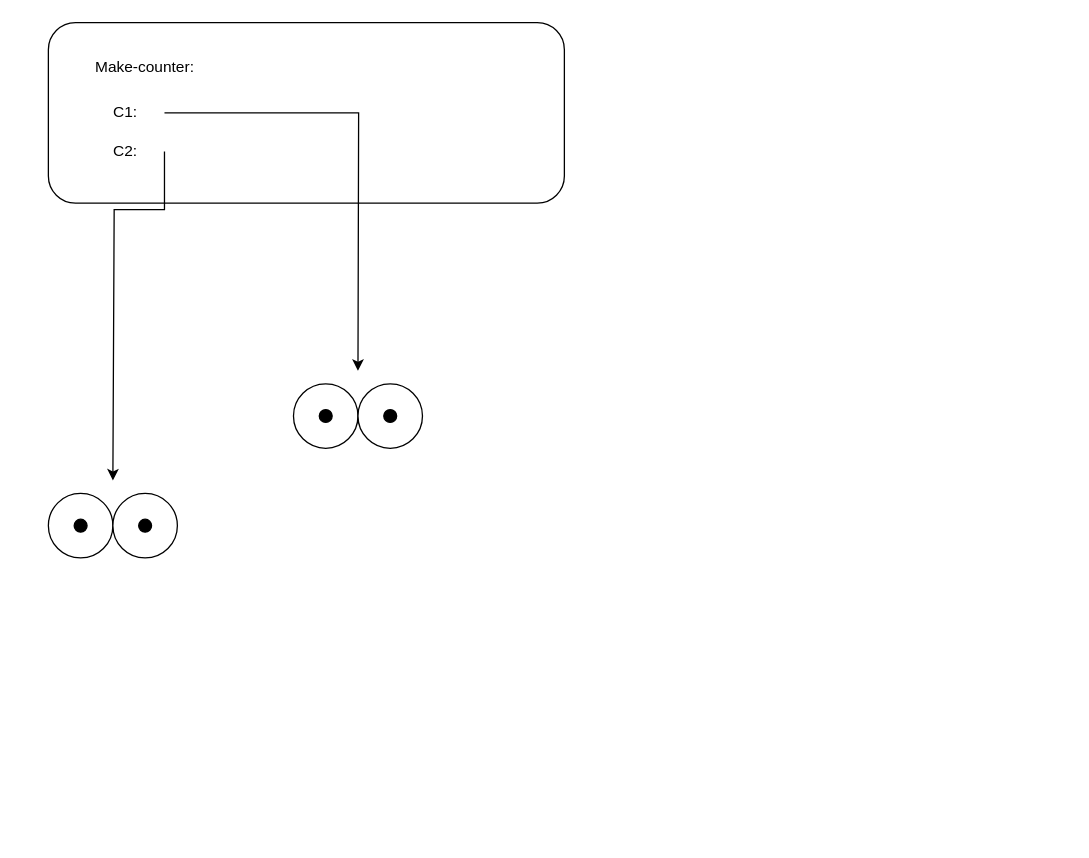
Adskan/flowcharts keeps this draw.io diagram as omgivelsesmodell.drawio. Above is the earlier version. Source tidied: cells renumbered, new cells numbered last; positions are measured from the earlier drawing's top-left corner, leaving out a move shared by most shapes. Both pictures are drawn from the tidied source at 129%, with x=0, y=0 at pixel (22, 22).
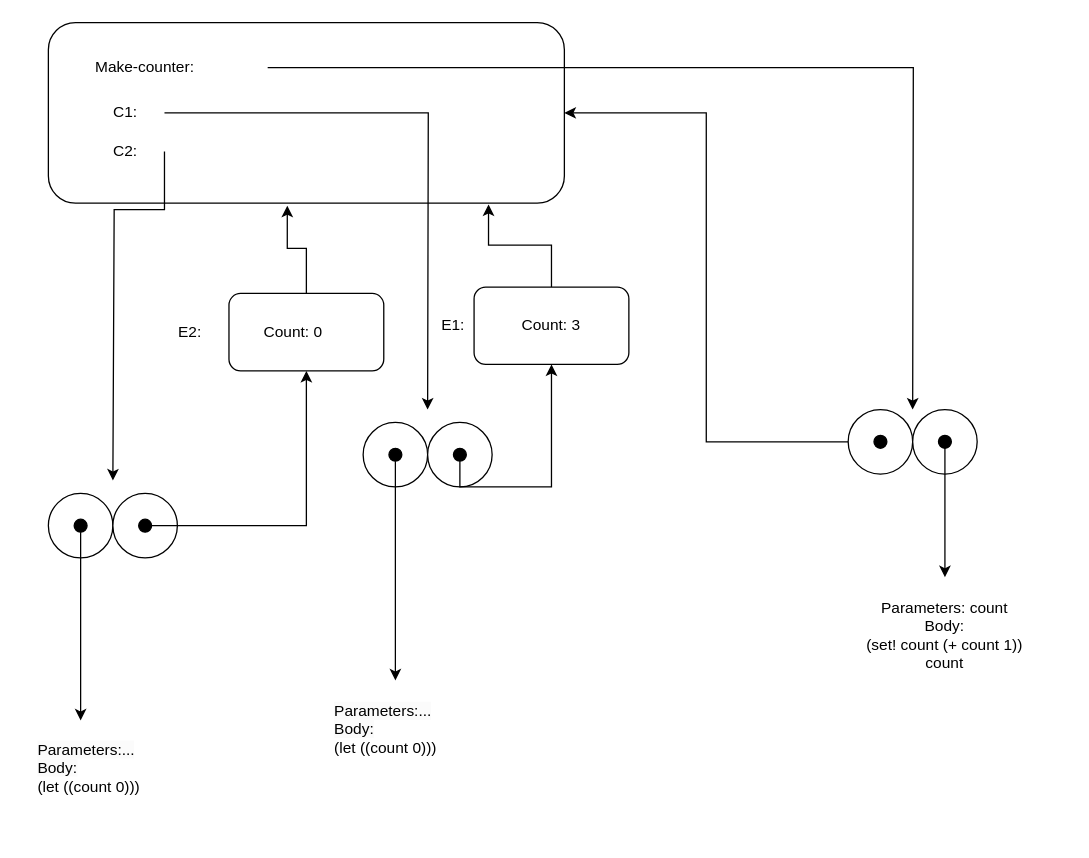
Above is the later version.

The change refers to these unchanged cells:
```xml
<mxCell id="2" style="rounded=1;whiteSpace=wrap;html=1;" parent="1" vertex="1">
  <mxGeometry x="20" width="400" height="140" as="geometry" />
</mxCell>
<mxCell id="3" value="Make-counter:" style="text;html=1;strokeColor=none;fillColor=none;align=center;verticalAlign=middle;whiteSpace=wrap;rounded=0;" parent="1" vertex="1">
  <mxGeometry y="20" width="190" height="30" as="geometry" />
</mxCell>
<mxCell id="5" value="C1:" style="text;html=1;strokeColor=none;fillColor=none;align=center;verticalAlign=middle;whiteSpace=wrap;rounded=0;" parent="1" vertex="1">
  <mxGeometry x="50" y="55" width="60" height="30" as="geometry" />
</mxCell>
<mxCell id="14" style="ellipse;whiteSpace=wrap;html=1;fillColor=#000000;" parent="1" vertex="1">
  <mxGeometry x="40" y="385" width="10" height="10" as="geometry" />
</mxCell>
<mxCell id="16" style="ellipse;whiteSpace=wrap;html=1;fillColor=#000000;" parent="1" vertex="1">
  <mxGeometry x="90" y="385" width="10" height="10" as="geometry" />
</mxCell>
```

Change to the diagram source:
```diff
@@
+    <mxCell id="17" style="edgeStyle=orthogonalEdgeStyle;rounded=0;jettySize=auto;html=1;exitX=1;exitY=0.5;exitDx=0;exitDy=0;" parent="1" edge="1" source="3">
+      <mxGeometry relative="1" as="geometry">
+        <mxPoint x="690" y="300" as="targetPoint" />
+      </mxGeometry>
+    </mxCell>
@@
     <mxCell id="4" style="edgeStyle=orthogonalEdgeStyle;rounded=0;jettySize=auto;html=1;" parent="1" edge="1" source="5">
       <mxGeometry relative="1" as="geometry">
-        <mxPoint x="260" y="270" as="targetPoint" />
+        <mxPoint x="314" y="300" as="targetPoint" />
       </mxGeometry>
     </mxCell>
@@
     <mxCell id="7" style="ellipse;whiteSpace=wrap;html=1;" parent="1" vertex="1">
-      <mxGeometry x="210" y="280" width="50" height="50" as="geometry" />
+      <mxGeometry x="264" y="310" width="50" height="50" as="geometry" />
     </mxCell>
+    <mxCell id="18" style="edgeStyle=orthogonalEdgeStyle;rounded=0;jettySize=auto;html=1;exitX=0.5;exitY=1;exitDx=0;exitDy=0;" parent="1" edge="1" source="8">
+      <mxGeometry relative="1" as="geometry">
+        <mxPoint x="289" y="510" as="targetPoint" />
+      </mxGeometry>
+    </mxCell>
     <mxCell id="8" style="ellipse;whiteSpace=wrap;html=1;fillColor=#000000;" parent="1" vertex="1">
-      <mxGeometry x="230" y="300" width="10" height="10" as="geometry" />
+      <mxGeometry x="284" y="330" width="10" height="10" as="geometry" />
     </mxCell>
     <mxCell id="9" style="ellipse;whiteSpace=wrap;html=1;" parent="1" vertex="1">
-      <mxGeometry x="260" y="280" width="50" height="50" as="geometry" />
+      <mxGeometry x="314" y="310" width="50" height="50" as="geometry" />
     </mxCell>
+    <mxCell id="19" style="edgeStyle=orthogonalEdgeStyle;rounded=0;jettySize=auto;html=1;exitX=0.5;exitY=1;exitDx=0;exitDy=0;" parent="1" edge="1" source="10" target="25">
+      <mxGeometry relative="1" as="geometry" />
+    </mxCell>
     <mxCell id="10" style="ellipse;whiteSpace=wrap;html=1;fillColor=#000000;" parent="1" vertex="1">
-      <mxGeometry x="280" y="300" width="10" height="10" as="geometry" />
+      <mxGeometry x="334" y="330" width="10" height="10" as="geometry" />
     </mxCell>
@@
+    <mxCell id="20" style="edgeStyle=orthogonalEdgeStyle;rounded=0;jettySize=auto;html=1;exitX=0.5;exitY=1;exitDx=0;exitDy=0;" parent="1" edge="1" source="14">
+      <mxGeometry relative="1" as="geometry">
+        <mxPoint x="45" y="541" as="targetPoint" />
+      </mxGeometry>
+    </mxCell>
@@
+    <mxCell id="21" style="edgeStyle=orthogonalEdgeStyle;rounded=0;jettySize=auto;html=1;exitX=1;exitY=0.5;exitDx=0;exitDy=0;entryX=0.5;entryY=1;entryDx=0;entryDy=0;" parent="1" edge="1" source="16" target="22">
+      <mxGeometry relative="1" as="geometry" />
+    </mxCell>
@@
+    <mxCell id="22" style="rounded=1;whiteSpace=wrap;html=1;" parent="1" vertex="1">
+      <mxGeometry x="160" y="210" width="120" height="60" as="geometry" />
+    </mxCell>
+    <mxCell id="23" value="E2:" style="text;html=1;strokeColor=none;fillColor=none;align=center;verticalAlign=middle;whiteSpace=wrap;rounded=0;" parent="1" vertex="1">
+      <mxGeometry x="100" y="225" width="60" height="30" as="geometry" />
+    </mxCell>
+    <mxCell id="24" value="E1:" style="text;html=1;strokeColor=none;fillColor=none;align=center;verticalAlign=middle;whiteSpace=wrap;rounded=0;" parent="1" vertex="1">
+      <mxGeometry x="304" y="220" width="60" height="30" as="geometry" />
+    </mxCell>
+    <mxCell id="25" style="rounded=1;whiteSpace=wrap;html=1;" parent="1" vertex="1">
+      <mxGeometry x="350" y="205" width="120" height="60" as="geometry" />
+    </mxCell>
+    <mxCell id="26" style="edgeStyle=orthogonalEdgeStyle;rounded=0;jettySize=auto;html=1;exitX=0.5;exitY=0;exitDx=0;exitDy=0;entryX=0.463;entryY=1.014;entryDx=0;entryDy=0;entryPerimeter=0;" parent="1" edge="1" source="22" target="2">
+      <mxGeometry relative="1" as="geometry" />
+    </mxCell>
+    <mxCell id="27" style="edgeStyle=orthogonalEdgeStyle;rounded=0;jettySize=auto;html=1;exitX=0.5;exitY=0;exitDx=0;exitDy=0;entryX=0.853;entryY=1.007;entryDx=0;entryDy=0;entryPerimeter=0;" parent="1" edge="1" source="25" target="2">
+      <mxGeometry relative="1" as="geometry" />
+    </mxCell>
+    <mxCell id="28" value="Count: 0&lt;br&gt;" style="text;html=1;strokeColor=none;fillColor=none;align=center;verticalAlign=middle;whiteSpace=wrap;rounded=0;" parent="1" vertex="1">
+      <mxGeometry x="180" y="225" width="60" height="30" as="geometry" />
+    </mxCell>
+    <mxCell id="29" value="Count: 3" style="text;html=1;strokeColor=none;fillColor=none;align=center;verticalAlign=middle;whiteSpace=wrap;rounded=0;" parent="1" vertex="1">
+      <mxGeometry x="380" y="220" width="60" height="30" as="geometry" />
+    </mxCell>
+    <mxCell id="30" style="edgeStyle=orthogonalEdgeStyle;rounded=0;jettySize=auto;html=1;entryX=1;entryY=0.5;entryDx=0;entryDy=0;" parent="1" edge="1" source="31" target="2">
+      <mxGeometry relative="1" as="geometry" />
+    </mxCell>
+    <mxCell id="31" style="ellipse;whiteSpace=wrap;html=1;" parent="1" vertex="1">
+      <mxGeometry x="640" y="300" width="50" height="50" as="geometry" />
+    </mxCell>
+    <mxCell id="32" style="ellipse;whiteSpace=wrap;html=1;fillColor=#000000;" parent="1" vertex="1">
+      <mxGeometry x="660" y="320" width="10" height="10" as="geometry" />
+    </mxCell>
+    <mxCell id="33" style="ellipse;whiteSpace=wrap;html=1;" parent="1" vertex="1">
+      <mxGeometry x="690" y="300" width="50" height="50" as="geometry" />
+    </mxCell>
+    <mxCell id="34" style="edgeStyle=orthogonalEdgeStyle;rounded=0;jettySize=auto;html=1;exitX=0.5;exitY=1;exitDx=0;exitDy=0;" parent="1" edge="1" source="35">
+      <mxGeometry relative="1" as="geometry">
+        <mxPoint x="715" y="430" as="targetPoint" />
+      </mxGeometry>
+    </mxCell>
+    <mxCell id="35" style="ellipse;whiteSpace=wrap;html=1;fillColor=#000000;" parent="1" vertex="1">
+      <mxGeometry x="710" y="320" width="10" height="10" as="geometry" />
+    </mxCell>
+    <mxCell id="36" value="Parameters: count&lt;br&gt;Body:&lt;br&gt;(set! count (+ count 1))&lt;br&gt;count" style="text;html=1;strokeColor=none;fillColor=none;align=center;verticalAlign=middle;whiteSpace=wrap;rounded=0;" parent="1" vertex="1">
+      <mxGeometry x="620" y="450" width="190" height="50" as="geometry" />
+    </mxCell>
+    <mxCell id="37" value="&lt;span style=&quot;caret-color: rgb(0, 0, 0); color: rgb(0, 0, 0); font-family: Helvetica; font-size: 12px; font-style: normal; font-variant-caps: normal; font-weight: 400; letter-spacing: normal; text-align: center; text-indent: 0px; text-transform: none; word-spacing: 0px; -webkit-text-stroke-width: 0px; background-color: rgb(251, 251, 251); text-decoration: none; float: none; display: inline !important;&quot;&gt;Parameters:...&lt;/span&gt;&lt;br style=&quot;border-color: var(--border-color); caret-color: rgb(0, 0, 0); color: rgb(0, 0, 0); font-family: Helvetica; font-size: 12px; font-style: normal; font-variant-caps: normal; font-weight: 400; letter-spacing: normal; text-align: center; text-indent: 0px; text-transform: none; word-spacing: 0px; -webkit-text-stroke-width: 0px; text-decoration: none;&quot;&gt;&lt;span style=&quot;caret-color: rgb(0, 0, 0); color: rgb(0, 0, 0); font-family: Helvetica; font-size: 12px; font-style: normal; font-variant-caps: normal; font-weight: 400; letter-spacing: normal; text-align: center; text-indent: 0px; text-transform: none; word-spacing: 0px; -webkit-text-stroke-width: 0px; background-color: rgb(251, 251, 251); text-decoration: none; float: none; display: inline !important;&quot;&gt;Body:&lt;/span&gt;&lt;br style=&quot;border-color: var(--border-color); caret-color: rgb(0, 0, 0); color: rgb(0, 0, 0); font-family: Helvetica; font-size: 12px; font-style: normal; font-variant-caps: normal; font-weight: 400; letter-spacing: normal; text-align: center; text-indent: 0px; text-transform: none; word-spacing: 0px; -webkit-text-stroke-width: 0px; text-decoration: none;&quot;&gt;&lt;div style=&quot;text-align: center;&quot;&gt;(let ((count 0)))&lt;/div&gt;" style="text;whiteSpace=wrap;html=1;" parent="1" vertex="1">
+      <mxGeometry x="240" y="520" width="150" height="80" as="geometry" />
+    </mxCell>
+    <mxCell id="38" value="&lt;span style=&quot;caret-color: rgb(0, 0, 0); color: rgb(0, 0, 0); font-family: Helvetica; font-size: 12px; font-style: normal; font-variant-caps: normal; font-weight: 400; letter-spacing: normal; text-align: center; text-indent: 0px; text-transform: none; word-spacing: 0px; -webkit-text-stroke-width: 0px; background-color: rgb(251, 251, 251); text-decoration: none; float: none; display: inline !important;&quot;&gt;Parameters:...&lt;/span&gt;&lt;br style=&quot;border-color: var(--border-color); caret-color: rgb(0, 0, 0); color: rgb(0, 0, 0); font-family: Helvetica; font-size: 12px; font-style: normal; font-variant-caps: normal; font-weight: 400; letter-spacing: normal; text-align: center; text-indent: 0px; text-transform: none; word-spacing: 0px; -webkit-text-stroke-width: 0px; text-decoration: none;&quot;&gt;&lt;span style=&quot;caret-color: rgb(0, 0, 0); color: rgb(0, 0, 0); font-family: Helvetica; font-size: 12px; font-style: normal; font-variant-caps: normal; font-weight: 400; letter-spacing: normal; text-align: center; text-indent: 0px; text-transform: none; word-spacing: 0px; -webkit-text-stroke-width: 0px; background-color: rgb(251, 251, 251); text-decoration: none; float: none; display: inline !important;&quot;&gt;Body:&lt;/span&gt;&lt;br style=&quot;border-color: var(--border-color); caret-color: rgb(0, 0, 0); color: rgb(0, 0, 0); font-family: Helvetica; font-size: 12px; font-style: normal; font-variant-caps: normal; font-weight: 400; letter-spacing: normal; text-align: center; text-indent: 0px; text-transform: none; word-spacing: 0px; -webkit-text-stroke-width: 0px; text-decoration: none;&quot;&gt;&lt;div style=&quot;text-align: center;&quot;&gt;(let ((count 0)))&lt;/div&gt;" style="text;whiteSpace=wrap;html=1;" parent="1" vertex="1">
+      <mxGeometry x="10" y="550" width="150" height="80" as="geometry" />
+    </mxCell>
```
